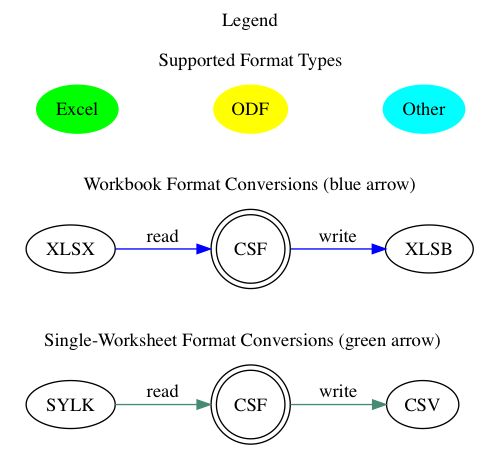
The Graphviz diagram legend.png in KingTiger001/sheet-project, before a commit. Its source is kept beside it as misc/legend.dot.
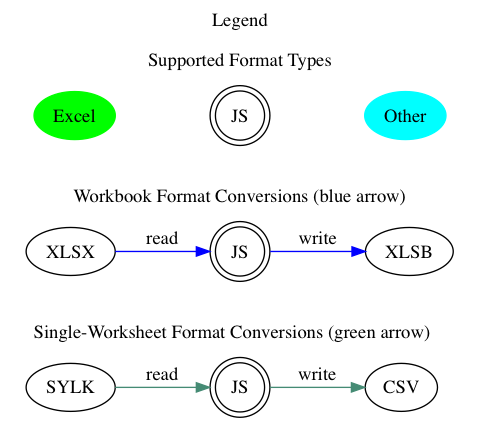
The same diagram one commit later.

Change to the diagram source:
```diff
@@ -7,16 +7,16 @@
 		label="Supported Format Types"
 		color="white"
 		XL[label="Excel",style=filled,color=green];
-		OD[label="ODF",style=filled,color=yellow];
+		CSF[label="JS",shape=doublecircle];
 		OLD[label="Other",style=filled,color=cyan];
-		{ edge[style=invis] XL -> OD -> OLD[constraint=false]}
+		{ edge[style=invis] XL -> CSF -> OLD[constraint=false]}
 	}
 
 	subgraph cluster_1 {
 		label="Workbook Format Conversions (blue arrow)"
 		color="white"
 		x1i[label="XLSX"]
-		c1[shape=doublecircle,label="CSF"];
+		c1[shape=doublecircle,label="JS"];
 		x1o[label="XLSB"]
 		{ edge[color=blue]
 			x1i->c1[constraint=false,label="read"]
@@ -28,7 +28,7 @@
 		label="Single-Worksheet Format Conversions (green arrow)"
 		color="white"
 		x2i[label="SYLK"]
-		c2[shape=doublecircle,label="CSF"];
+		c2[shape=doublecircle,label="JS"];
 		x2o[label="CSV"]
 		{ edge[color=aquamarine4]
 			x2i->c2[constraint=false,label="read"]
@@ -37,6 +37,6 @@
 	}
 
 	{ edge[style=invis] XL -> x1i -> x2i; }
-	{ edge[style=invis] OD -> c1 -> c2; }
+	{ edge[style=invis] CSF -> c1 -> c2; }
 	{ edge[style=invis] OLD -> x1o -> x2o; }
 }
```
